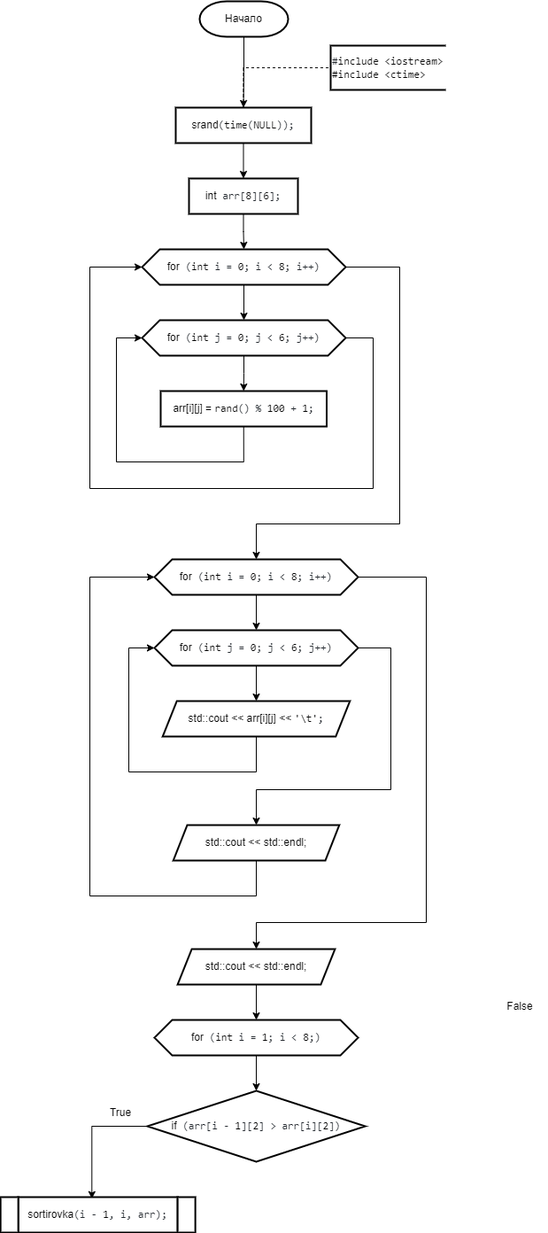
This is 2 Семестр/Labs/5 Лаба(Двумерные массивы)/Двумерные массивы.png from IlyaFedoseev227/LABS-PNRPU-IVT-22-1b, a draw.io export, as it was before one commit. Source tidied: cells renumbered, new cells last; positions are measured from the earlier drawing's top-left corner, leaving out a move shared by most shapes.
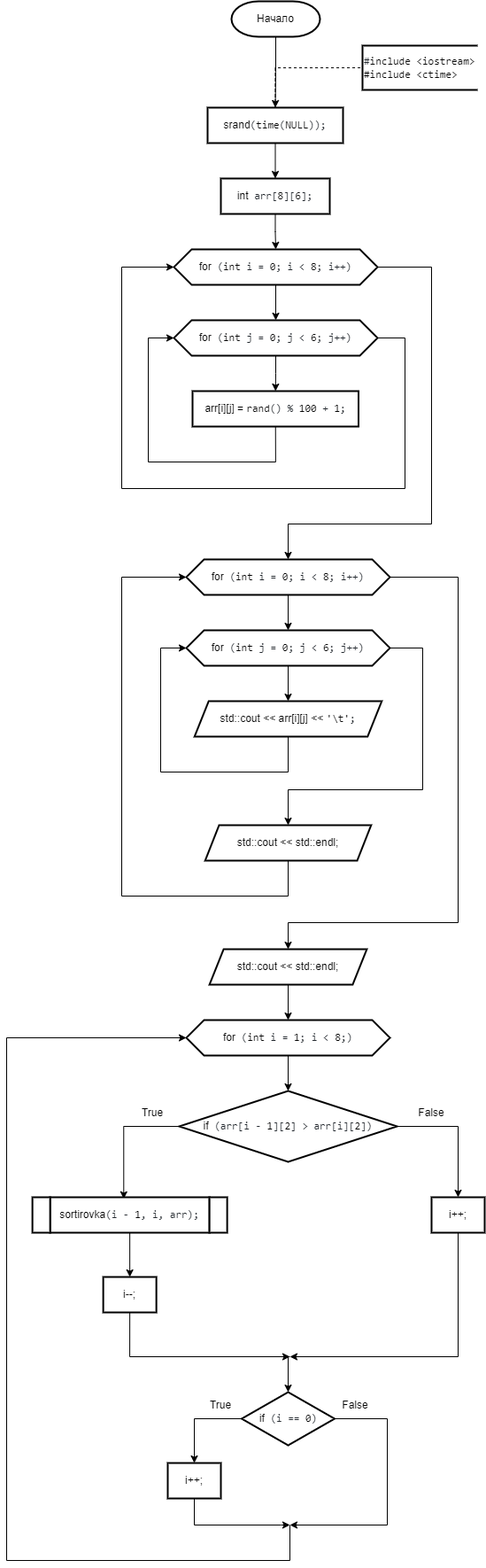
After the commit.

What changed in the source:
```diff
@@ -138,6 +138,17 @@
     <mxCell id="32" style="edgeStyle=orthogonalEdgeStyle;rounded=0;jettySize=auto;html=1;exitX=0;exitY=0.5;exitDx=0;exitDy=0;entryX=0.462;entryY=0.045;entryDx=0;entryDy=0;entryPerimeter=0;" parent="1" edge="1" source="33" target="36">
       <mxGeometry relative="1" as="geometry" />
     </mxCell>
+    <mxCell id="39" style="edgeStyle=orthogonalEdgeStyle;rounded=0;jettySize=auto;html=1;exitX=1;exitY=0.5;exitDx=0;exitDy=0;entryX=0.5;entryY=0;entryDx=0;entryDy=0;" parent="1" edge="1" source="33" target="45">
+      <mxGeometry relative="1" as="geometry" />
+    </mxCell>
+    <mxCell id="40" style="edgeStyle=orthogonalEdgeStyle;rounded=0;jettySize=auto;html=1;entryX=0.5;entryY=0;entryDx=0;entryDy=0;" parent="1" edge="1" target="49">
+      <mxGeometry relative="1" as="geometry">
+        <mxPoint x="291" y="1530" as="sourcePoint" />
+        <Array as="points">
+          <mxPoint x="289" y="1530" />
+        </Array>
+      </mxGeometry>
+    </mxCell>
     <mxCell id="33" value="&lt;div style=&quot;text-align: start;&quot;&gt;if&lt;span style=&quot;color: rgb(36, 41, 47); font-family: ui-monospace, SFMono-Regular, &amp;quot;SF Mono&amp;quot;, Menlo, Consolas, &amp;quot;Liberation Mono&amp;quot;, monospace; background-color: rgb(255, 255, 255);&quot;&gt; (arr[i - &lt;/span&gt;&lt;span style=&quot;box-sizing: border-box; color: var(--color-prettylights-syntax-constant); font-family: ui-monospace, SFMono-Regular, &amp;quot;SF Mono&amp;quot;, Menlo, Consolas, &amp;quot;Liberation Mono&amp;quot;, monospace; background-color: rgb(255, 255, 255);&quot; class=&quot;pl-c1&quot;&gt;1&lt;/span&gt;&lt;span style=&quot;color: rgb(36, 41, 47); font-family: ui-monospace, SFMono-Regular, &amp;quot;SF Mono&amp;quot;, Menlo, Consolas, &amp;quot;Liberation Mono&amp;quot;, monospace; background-color: rgb(255, 255, 255);&quot;&gt;][&lt;/span&gt;&lt;span style=&quot;box-sizing: border-box; color: var(--color-prettylights-syntax-constant); font-family: ui-monospace, SFMono-Regular, &amp;quot;SF Mono&amp;quot;, Menlo, Consolas, &amp;quot;Liberation Mono&amp;quot;, monospace; background-color: rgb(255, 255, 255);&quot; class=&quot;pl-c1&quot;&gt;2&lt;/span&gt;&lt;span style=&quot;color: rgb(36, 41, 47); font-family: ui-monospace, SFMono-Regular, &amp;quot;SF Mono&amp;quot;, Menlo, Consolas, &amp;quot;Liberation Mono&amp;quot;, monospace; background-color: rgb(255, 255, 255);&quot;&gt;] &amp;gt; arr[i][&lt;/span&gt;&lt;span style=&quot;box-sizing: border-box; color: var(--color-prettylights-syntax-constant); font-family: ui-monospace, SFMono-Regular, &amp;quot;SF Mono&amp;quot;, Menlo, Consolas, &amp;quot;Liberation Mono&amp;quot;, monospace; background-color: rgb(255, 255, 255);&quot; class=&quot;pl-c1&quot;&gt;2&lt;/span&gt;&lt;span style=&quot;color: rgb(36, 41, 47); font-family: ui-monospace, SFMono-Regular, &amp;quot;SF Mono&amp;quot;, Menlo, Consolas, &amp;quot;Liberation Mono&amp;quot;, monospace; background-color: rgb(255, 255, 255);&quot;&gt;])&lt;/span&gt;&lt;br&gt;&lt;/div&gt;" style="rhombus;whiteSpace=wrap;html=1;strokeWidth=2;" parent="1" vertex="1">
       <mxGeometry x="166" y="1230" width="246" height="80" as="geometry" />
     </mxCell>
@@ -145,8 +156,11 @@
       <mxGeometry x="106" y="1240" width="60" height="30" as="geometry" />
     </mxCell>
     <mxCell id="35" value="False" style="text;html=1;strokeColor=none;fillColor=none;align=center;verticalAlign=middle;whiteSpace=wrap;rounded=0;strokeWidth=2;" parent="1" vertex="1">
-      <mxGeometry x="557" y="1120" width="60" height="30" as="geometry" />
+      <mxGeometry x="421" y="1240" width="60" height="30" as="geometry" />
     </mxCell>
+    <mxCell id="41" style="edgeStyle=orthogonalEdgeStyle;rounded=0;jettySize=auto;html=1;exitX=0.5;exitY=1;exitDx=0;exitDy=0;" parent="1" edge="1" source="36" target="43">
+      <mxGeometry relative="1" as="geometry" />
+    </mxCell>
     <mxCell id="36" value="&lt;div style=&quot;text-align: start;&quot;&gt;sortirovka&lt;span style=&quot;color: rgb(36, 41, 47); font-family: ui-monospace, SFMono-Regular, &amp;quot;SF Mono&amp;quot;, Menlo, Consolas, &amp;quot;Liberation Mono&amp;quot;, monospace; background-color: rgb(255, 255, 255);&quot;&gt;(i - &lt;/span&gt;&lt;span style=&quot;box-sizing: border-box; color: var(--color-prettylights-syntax-constant); font-family: ui-monospace, SFMono-Regular, &amp;quot;SF Mono&amp;quot;, Menlo, Consolas, &amp;quot;Liberation Mono&amp;quot;, monospace; background-color: rgb(255, 255, 255);&quot; class=&quot;pl-c1&quot;&gt;1&lt;/span&gt;&lt;span style=&quot;color: rgb(36, 41, 47); font-family: ui-monospace, SFMono-Regular, &amp;quot;SF Mono&amp;quot;, Menlo, Consolas, &amp;quot;Liberation Mono&amp;quot;, monospace; background-color: rgb(255, 255, 255);&quot;&gt;, i, arr);&lt;/span&gt;&lt;br&gt;&lt;/div&gt;" style="shape=parallelogram;perimeter=parallelogramPerimeter;whiteSpace=wrap;html=1;fixedSize=1;strokeWidth=2;size=-6;" parent="1" vertex="1">
       <mxGeometry x="20.1" y="1350" width="180" height="40" as="geometry" />
     </mxCell>
@@ -156,5 +170,70 @@
     <mxCell id="38" value="&lt;div style=&quot;text-align: start;&quot;&gt;&lt;br&gt;&lt;/div&gt;" style="shape=parallelogram;perimeter=parallelogramPerimeter;whiteSpace=wrap;html=1;fixedSize=1;strokeWidth=2;size=-60;" parent="1" vertex="1">
       <mxGeometry x="0.1" y="1350" width="20" height="40" as="geometry" />
     </mxCell>
+    <mxCell id="42" style="edgeStyle=orthogonalEdgeStyle;rounded=0;jettySize=auto;html=1;exitX=0.5;exitY=1;exitDx=0;exitDy=0;" parent="1" edge="1" source="43">
+      <mxGeometry relative="1" as="geometry">
+        <mxPoint x="291" y="1530" as="targetPoint" />
+        <Array as="points">
+          <mxPoint x="110" y="1530" />
+        </Array>
+      </mxGeometry>
+    </mxCell>
+    <mxCell id="43" value="&lt;div style=&quot;text-align: start;&quot;&gt;i--;&lt;br&gt;&lt;/div&gt;" style="shape=parallelogram;perimeter=parallelogramPerimeter;whiteSpace=wrap;html=1;fixedSize=1;strokeWidth=2;size=-6;" parent="1" vertex="1">
+      <mxGeometry x="80.1" y="1440" width="60" height="40" as="geometry" />
+    </mxCell>
+    <mxCell id="44" style="edgeStyle=orthogonalEdgeStyle;rounded=0;jettySize=auto;html=1;exitX=0.5;exitY=1;exitDx=0;exitDy=0;" parent="1" edge="1" source="45">
+      <mxGeometry relative="1" as="geometry">
+        <mxPoint x="291" y="1530" as="targetPoint" />
+        <Array as="points">
+          <mxPoint x="481" y="1530" />
+        </Array>
+      </mxGeometry>
+    </mxCell>
+    <mxCell id="45" value="&lt;div style=&quot;text-align: start;&quot;&gt;i++;&lt;br&gt;&lt;/div&gt;" style="shape=parallelogram;perimeter=parallelogramPerimeter;whiteSpace=wrap;html=1;fixedSize=1;strokeWidth=2;size=-6;" parent="1" vertex="1">
+      <mxGeometry x="451" y="1350" width="60" height="40" as="geometry" />
+    </mxCell>
+    <mxCell id="46" style="edgeStyle=orthogonalEdgeStyle;rounded=0;jettySize=auto;html=1;exitX=0;exitY=0.5;exitDx=0;exitDy=0;entryX=0.5;entryY=0;entryDx=0;entryDy=0;" parent="1" edge="1" source="49" target="51">
+      <mxGeometry relative="1" as="geometry" />
+    </mxCell>
+    <mxCell id="47" style="edgeStyle=orthogonalEdgeStyle;rounded=0;jettySize=auto;html=1;exitX=1;exitY=0.5;exitDx=0;exitDy=0;" parent="1" edge="1" source="49">
+      <mxGeometry relative="1" as="geometry">
+        <mxPoint x="291" y="1720" as="targetPoint" />
+        <Array as="points">
+          <mxPoint x="401" y="1600" />
+          <mxPoint x="401" y="1720" />
+        </Array>
+      </mxGeometry>
+    </mxCell>
+    <mxCell id="48" style="edgeStyle=orthogonalEdgeStyle;rounded=0;jettySize=auto;html=1;entryX=0;entryY=0.5;entryDx=0;entryDy=0;" parent="1" edge="1" target="31">
+      <mxGeometry relative="1" as="geometry">
+        <mxPoint x="291" y="1720" as="sourcePoint" />
+        <Array as="points">
+          <mxPoint x="291" y="1760" />
+          <mxPoint x="-29" y="1760" />
+          <mxPoint x="-29" y="1170" />
+        </Array>
+      </mxGeometry>
+    </mxCell>
+    <mxCell id="49" value="&lt;div style=&quot;text-align: start;&quot;&gt;if&lt;span style=&quot;color: rgb(36, 41, 47); font-family: ui-monospace, SFMono-Regular, &amp;quot;SF Mono&amp;quot;, Menlo, Consolas, &amp;quot;Liberation Mono&amp;quot;, monospace; background-color: rgb(255, 255, 255);&quot;&gt; (i == &lt;/span&gt;&lt;span style=&quot;box-sizing: border-box; color: var(--color-prettylights-syntax-constant); font-family: ui-monospace, SFMono-Regular, &amp;quot;SF Mono&amp;quot;, Menlo, Consolas, &amp;quot;Liberation Mono&amp;quot;, monospace; background-color: rgb(255, 255, 255);&quot; class=&quot;pl-c1&quot;&gt;0&lt;/span&gt;&lt;span style=&quot;color: rgb(36, 41, 47); font-family: ui-monospace, SFMono-Regular, &amp;quot;SF Mono&amp;quot;, Menlo, Consolas, &amp;quot;Liberation Mono&amp;quot;, monospace; background-color: rgb(255, 255, 255);&quot;&gt;)&lt;/span&gt;&lt;br&gt;&lt;/div&gt;" style="rhombus;whiteSpace=wrap;html=1;strokeWidth=2;" parent="1" vertex="1">
+      <mxGeometry x="236.5" y="1570" width="105" height="60" as="geometry" />
+    </mxCell>
+    <mxCell id="50" style="edgeStyle=orthogonalEdgeStyle;rounded=0;jettySize=auto;html=1;exitX=0.5;exitY=1;exitDx=0;exitDy=0;" parent="1" edge="1" source="51">
+      <mxGeometry relative="1" as="geometry">
+        <mxPoint x="291" y="1720" as="targetPoint" />
+        <Array as="points">
+          <mxPoint x="183" y="1720" />
+          <mxPoint x="281" y="1720" />
+        </Array>
+      </mxGeometry>
+    </mxCell>
+    <mxCell id="51" value="&lt;div style=&quot;text-align: start;&quot;&gt;i++;&lt;br&gt;&lt;/div&gt;" style="shape=parallelogram;perimeter=parallelogramPerimeter;whiteSpace=wrap;html=1;fixedSize=1;strokeWidth=2;size=-6;" parent="1" vertex="1">
+      <mxGeometry x="153" y="1650" width="60" height="40" as="geometry" />
+    </mxCell>
+    <mxCell id="52" value="True" style="text;html=1;strokeColor=none;fillColor=none;align=center;verticalAlign=middle;whiteSpace=wrap;rounded=0;strokeWidth=2;" parent="1" vertex="1">
+      <mxGeometry x="183.2" y="1570" width="60" height="30" as="geometry" />
+    </mxCell>
+    <mxCell id="53" value="False" style="text;html=1;strokeColor=none;fillColor=none;align=center;verticalAlign=middle;whiteSpace=wrap;rounded=0;strokeWidth=2;" parent="1" vertex="1">
+      <mxGeometry x="334.8" y="1570" width="60" height="30" as="geometry" />
+    </mxCell>
   </root>
 </mxGraphModel>
```
